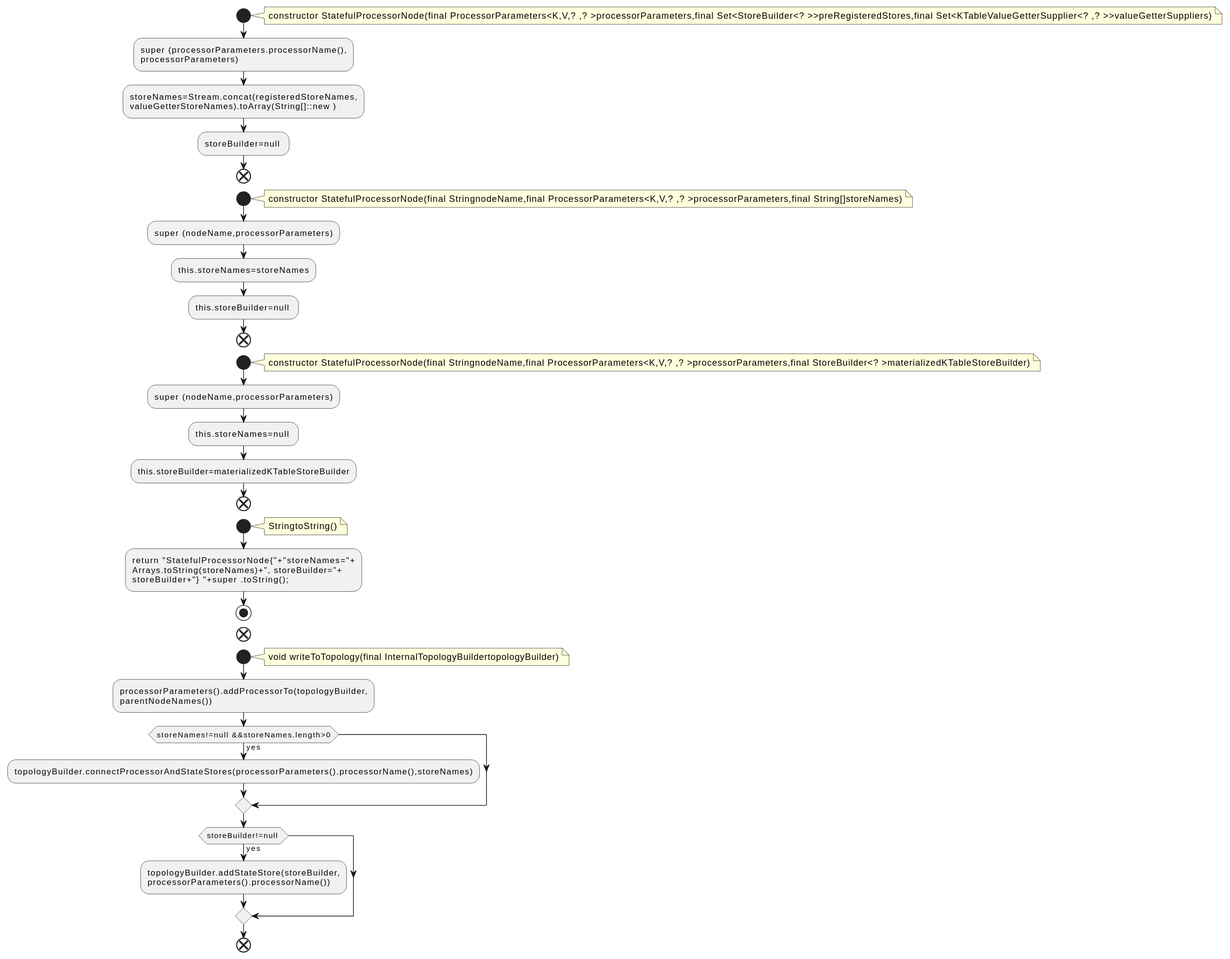
qualitesys/kafka keeps this PlantUML diagram as docs/qc/streams/src/main/java/org/apache/kafka/streams/kstream/internals/graph/StatefulProcessorNode.java.fct.svg. Above is the earlier version.
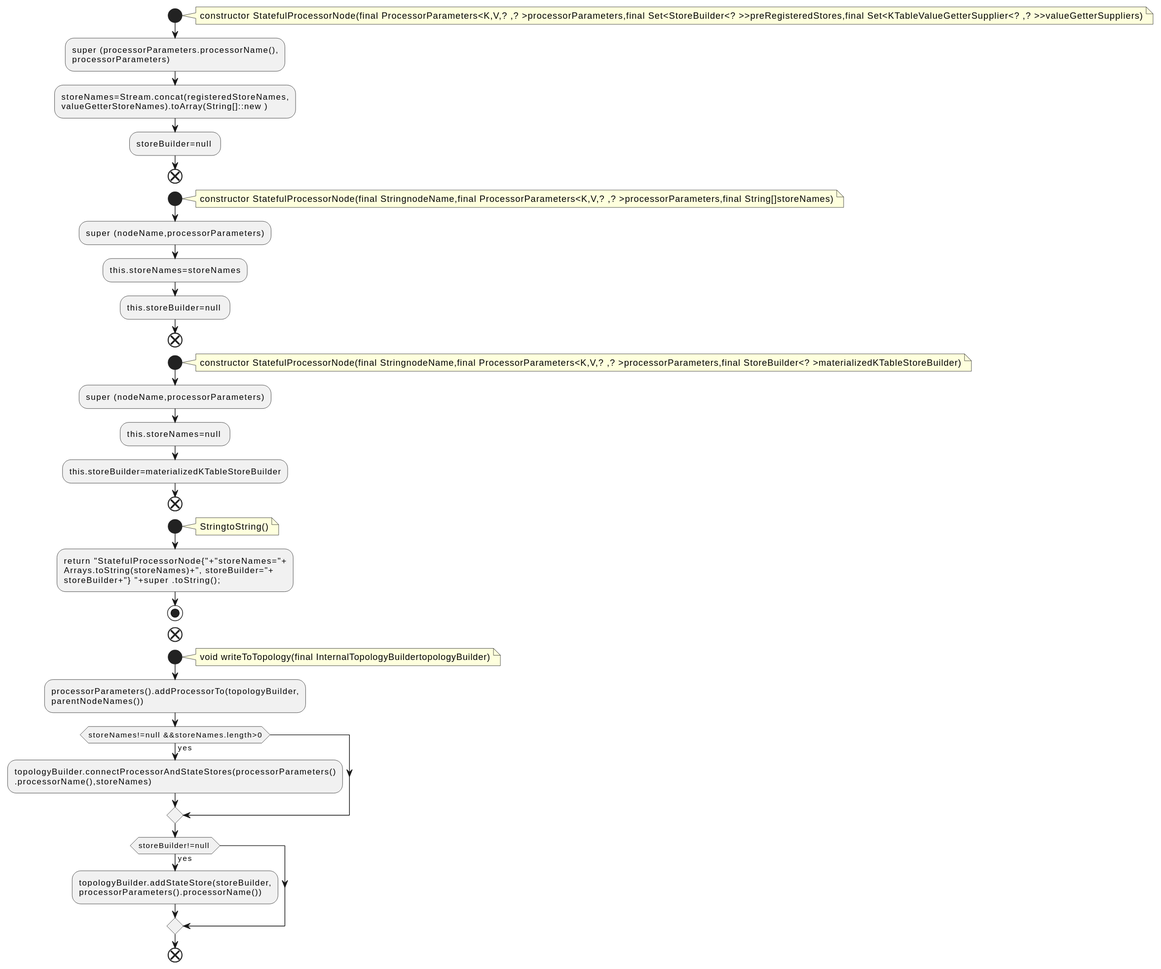
The same diagram one commit later.

Diff of the diagram source:
```diff
@@ -42,7 +42,8 @@
 :processorParameters().addProcessorTo(topologyBuilder,
 parentNodeNames());
 if (storeNames!=null &&storeNames.length>0) then (yes)
-:topologyBuilder.connectProcessorAndStateStores(processorParameters().processorName(),storeNames);
+:topologyBuilder.connectProcessorAndStateStores(processorParameters()
+.processorName(),storeNames);
 endif
 if (storeBuilder!=null ) then (yes)
 :topologyBuilder.addStateStore(storeBuilder,
```
